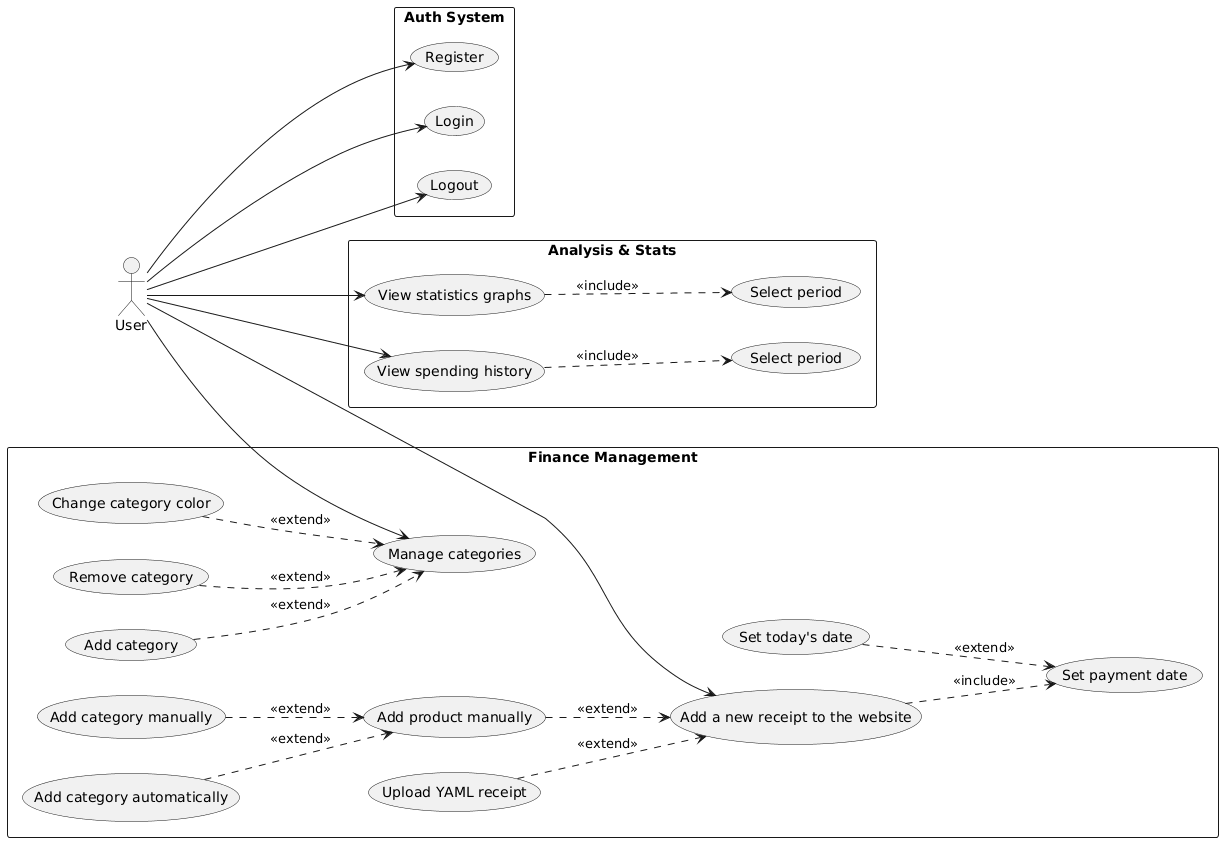
This is img/FinanceTrackingUseCase.png from amiadesu/FinanceTracking, a PlantUML export, as it was before one commit. Its diagram source:
```plantuml
@startuml
left to right direction
skinparam packageStyle rectangle

actor "User" as U

package "Auth System" {
    usecase "Register" as LOG1
    usecase "Login" as LOG2
    usecase "Logout" as LOG3
}

package "Finance Management" {
    usecase "Add a new receipt to the website" as FM1
    usecase "Upload YAML receipt" as FM2
    usecase "Add product manually" as FM3
    usecase "Add category automatically" as FME1
    usecase "Add category manually" as FME2
    usecase "Set payment date" as FM4
    usecase "Set today's date" as FME3
    usecase "Manage categories" as FM5
    usecase "Add category" as FME4
    usecase "Remove category" as FME5
    usecase "Change category color" as FME6
}

package "Analysis & Stats" {
    usecase "View spending history" as AN1
    usecase "Select period" as ANE1
    usecase "View statistics graphs" as AN2
    usecase "Select period" as ANE2
}

U --> LOG1
U --> LOG2
U --> LOG3

U --> FM1
U --> FM5

FM2 ..> FM1 : <<extend>>
FM3 ..> FM1 : <<extend>>
FME1 ..> FM3 : <<extend>>
FME2 ..> FM3 : <<extend>>
FM1 ..> FM4 : <<include>>
FME3 ..> FM4 : <<extend>>
FME4 ..> FM5 : <<extend>>
FME5 ..> FM5 : <<extend>>
FME6 ..> FM5 : <<extend>>

U --> AN1
U --> AN2

AN1 ..> ANE1 : <<include>>
AN2 ..> ANE2 : <<include>>
@enduml
```
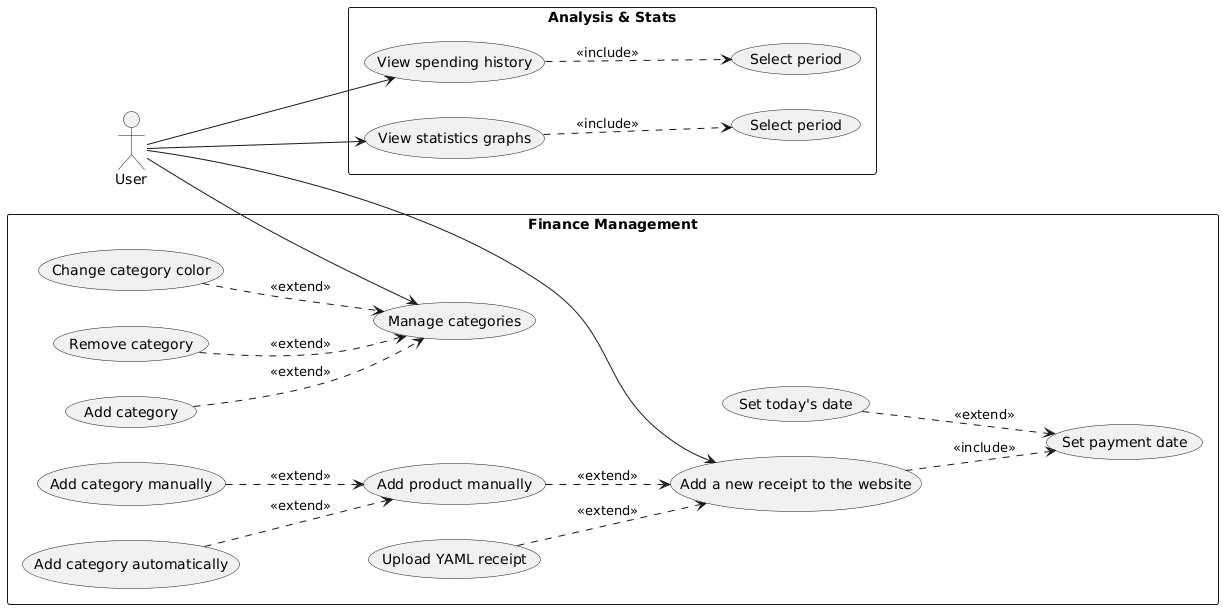
After the change.

Commit message:
Updated use-case diagram.

The edit, as a diff of the source:
```diff
@@ -3,12 +3,6 @@
 skinparam packageStyle rectangle
 
 actor "User" as U
-
-package "Auth System" {
-    usecase "Register" as LOG1
-    usecase "Login" as LOG2
-    usecase "Logout" as LOG3
-}
 
 package "Finance Management" {
     usecase "Add a new receipt to the website" as FM1
@@ -31,10 +25,6 @@
     usecase "Select period" as ANE2
 }
 
-U --> LOG1
-U --> LOG2
-U --> LOG3
-
 U --> FM1
 U --> FM5
 
```
